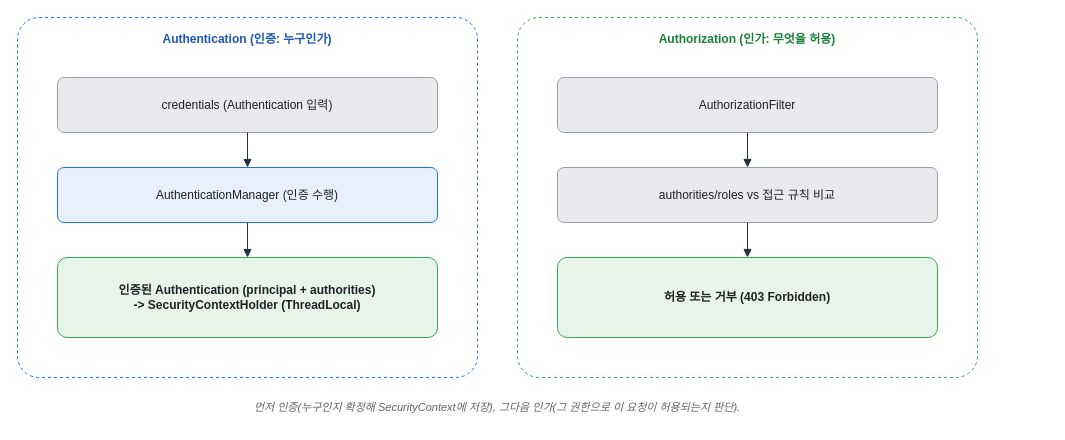
Before: assets/img/spring/spring-24-authn-authz.drawio in KKamJi98/kkamji98.github.io, a draw.io diagram. Source tidied: cells renumbered, new cells numbered last; positions are measured from the earlier drawing's top-left corner, leaving out a move shared by most shapes. Both pictures are drawn from the tidied source at 100%, with x=0, y=0 at pixel (17, 17).
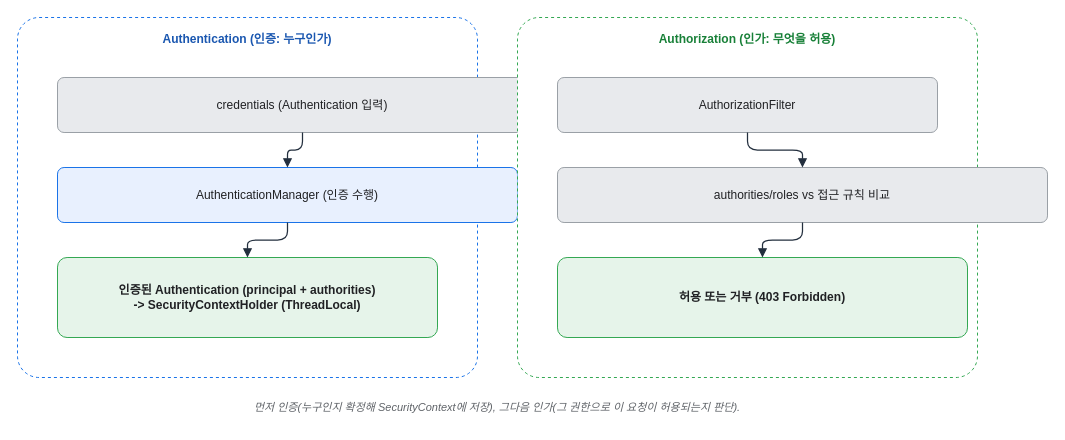
Above is the later version.

The edit, as a diff of the source:
```diff
@@
 <mxGraphModel background="#FFFFFF">
   <root>
     <mxCell id="0" />
     <mxCell id="1" parent="0" />
-    <mxCell id="2" value="Authentication (인증: 누구인가)" style="rounded=1;whiteSpace=wrap;html=1;arcSize=6;shadow=0;fillColor=#FFFFFF;strokeColor=#1A73E8;fontColor=#1A57B0;fontStyle=1;verticalAlign=top;align=center;dashed=1;spacingTop=8;" parent="1" vertex="1">
+    <mxCell id="2" value="Authentication (인증: 누구인가)" style="rounded=1;whiteSpace=wrap;html=0;arcSize=6;shadow=0;fillColor=#FFFFFF;strokeColor=#1A73E8;fontColor=#1A57B0;fontStyle=1;verticalAlign=top;align=center;dashed=1;spacingTop=8;" parent="1" vertex="1">
       <mxGeometry width="460" height="360" as="geometry" />
     </mxCell>
-    <mxCell id="3" value="credentials (Authentication 입력)" style="rounded=1;whiteSpace=wrap;html=1;arcSize=12;shadow=0;fillColor=#E8EAED;strokeColor=#9AA0A6;fontColor=#202124;" parent="1" vertex="1">
-      <mxGeometry x="40" y="60" width="380" height="55" as="geometry" />
+    <mxCell id="3" value="credentials (Authentication 입력)" style="rounded=1;whiteSpace=wrap;html=0;arcSize=12;shadow=0;fillColor=#E8EAED;strokeColor=#9AA0A6;fontColor=#202124;" parent="1" vertex="1">
+      <mxGeometry x="40" y="60" width="490" height="55" as="geometry" />
     </mxCell>
-    <mxCell id="4" value="AuthenticationManager (인증 수행)" style="rounded=1;whiteSpace=wrap;html=1;arcSize=12;shadow=0;fillColor=#E8F0FE;strokeColor=#1A73E8;fontColor=#202124;" parent="1" vertex="1">
-      <mxGeometry x="40" y="150" width="380" height="55" as="geometry" />
+    <mxCell id="4" value="AuthenticationManager (인증 수행)" style="rounded=1;whiteSpace=wrap;html=0;arcSize=12;shadow=0;fillColor=#E8F0FE;strokeColor=#1A73E8;fontColor=#202124;" parent="1" vertex="1">
+      <mxGeometry x="40" y="150" width="460" height="55" as="geometry" />
     </mxCell>
-    <mxCell id="5" value="인증된 Authentication (principal + authorities)&#10;-&gt; SecurityContextHolder (ThreadLocal)" style="rounded=1;whiteSpace=wrap;html=1;arcSize=12;shadow=0;fillColor=#E6F4EA;strokeColor=#34A853;fontColor=#202124;fontStyle=1;" parent="1" vertex="1">
+    <mxCell id="5" value="인증된 Authentication (principal + authorities)&#10;-&gt; SecurityContextHolder (ThreadLocal)" style="rounded=1;whiteSpace=wrap;html=0;arcSize=12;shadow=0;fillColor=#E6F4EA;strokeColor=#34A853;fontColor=#202124;fontStyle=1;" parent="1" vertex="1">
       <mxGeometry x="40" y="240" width="380" height="80" as="geometry" />
     </mxCell>
-    <mxCell id="6" value="Authorization (인가: 무엇을 허용)" style="rounded=1;whiteSpace=wrap;html=1;arcSize=6;shadow=0;fillColor=#FFFFFF;strokeColor=#34A853;fontColor=#188038;fontStyle=1;verticalAlign=top;align=center;dashed=1;spacingTop=8;" parent="1" vertex="1">
+    <mxCell id="6" value="Authorization (인가: 무엇을 허용)" style="rounded=1;whiteSpace=wrap;html=0;arcSize=6;shadow=0;fillColor=#FFFFFF;strokeColor=#34A853;fontColor=#188038;fontStyle=1;verticalAlign=top;align=center;dashed=1;spacingTop=8;" parent="1" vertex="1">
       <mxGeometry x="500" width="460" height="360" as="geometry" />
     </mxCell>
-    <mxCell id="7" value="AuthorizationFilter" style="rounded=1;whiteSpace=wrap;html=1;arcSize=12;shadow=0;fillColor=#E8EAED;strokeColor=#9AA0A6;fontColor=#202124;" parent="1" vertex="1">
+    <mxCell id="7" value="AuthorizationFilter" style="rounded=1;whiteSpace=wrap;html=0;arcSize=12;shadow=0;fillColor=#E8EAED;strokeColor=#9AA0A6;fontColor=#202124;" parent="1" vertex="1">
       <mxGeometry x="540" y="60" width="380" height="55" as="geometry" />
     </mxCell>
-    <mxCell id="8" value="authorities/roles  vs  접근 규칙 비교" style="rounded=1;whiteSpace=wrap;html=1;arcSize=12;shadow=0;fillColor=#E8EAED;strokeColor=#9AA0A6;fontColor=#202124;" parent="1" vertex="1">
-      <mxGeometry x="540" y="150" width="380" height="55" as="geometry" />
+    <mxCell id="8" value="authorities/roles  vs  접근 규칙 비교" style="rounded=1;whiteSpace=wrap;html=0;arcSize=12;shadow=0;fillColor=#E8EAED;strokeColor=#9AA0A6;fontColor=#202124;" parent="1" vertex="1">
+      <mxGeometry x="540" y="150" width="490" height="55" as="geometry" />
     </mxCell>
-    <mxCell id="9" value="허용  또는  거부 (403 Forbidden)" style="rounded=1;whiteSpace=wrap;html=1;arcSize=12;shadow=0;fillColor=#E6F4EA;strokeColor=#34A853;fontColor=#202124;fontStyle=1;" parent="1" vertex="1">
-      <mxGeometry x="540" y="240" width="380" height="80" as="geometry" />
+    <mxCell id="9" value="허용  또는  거부 (403 Forbidden)" style="rounded=1;whiteSpace=wrap;html=0;arcSize=12;shadow=0;fillColor=#E6F4EA;strokeColor=#34A853;fontColor=#202124;fontStyle=1;" parent="1" vertex="1">
+      <mxGeometry x="540" y="240" width="410" height="80" as="geometry" />
     </mxCell>
-    <mxCell id="10" value="먼저 인증(누구인지 확정해 SecurityContext에 저장), 그다음 인가(그 권한으로 이 요청이 허용되는지 판단)." style="text;html=1;align=center;verticalAlign=middle;whiteSpace=wrap;fontSize=11;fontColor=#5F6368;fontStyle=2;" parent="1" vertex="1">
+    <mxCell id="10" value="먼저 인증(누구인지 확정해 SecurityContext에 저장), 그다음 인가(그 권한으로 이 요청이 허용되는지 판단)." style="text;html=0;align=center;verticalAlign=middle;whiteSpace=wrap;fontSize=11;fontColor=#5F6368;fontStyle=2;" parent="1" vertex="1">
       <mxGeometry y="375" width="960" height="30" as="geometry" />
     </mxCell>
-    <mxCell id="11" style="edgeStyle=orthogonalEdgeStyle;rounded=1;html=1;endArrow=block;strokeColor=#232F3E;" parent="1" edge="1" source="3" target="4">
+    <mxCell id="11" style="edgeStyle=orthogonalEdgeStyle;rounded=1;html=0;endArrow=block;strokeColor=#232F3E;strokeWidth=1.25;" parent="1" edge="1" source="3" target="4">
       <mxGeometry relative="1" as="geometry" />
     </mxCell>
-    <mxCell id="12" style="edgeStyle=orthogonalEdgeStyle;rounded=1;html=1;endArrow=block;strokeColor=#232F3E;" parent="1" edge="1" source="4" target="5">
+    <mxCell id="12" style="edgeStyle=orthogonalEdgeStyle;rounded=1;html=0;endArrow=block;strokeColor=#232F3E;strokeWidth=1.25;" parent="1" edge="1" source="4" target="5">
       <mxGeometry relative="1" as="geometry" />
     </mxCell>
-    <mxCell id="13" style="edgeStyle=orthogonalEdgeStyle;rounded=1;html=1;endArrow=block;strokeColor=#232F3E;" parent="1" edge="1" source="7" target="8">
+    <mxCell id="13" style="edgeStyle=orthogonalEdgeStyle;rounded=1;html=0;endArrow=block;strokeColor=#232F3E;strokeWidth=1.25;" parent="1" edge="1" source="7" target="8">
       <mxGeometry relative="1" as="geometry" />
     </mxCell>
-    <mxCell id="14" style="edgeStyle=orthogonalEdgeStyle;rounded=1;html=1;endArrow=block;strokeColor=#232F3E;" parent="1" edge="1" source="8" target="9">
+    <mxCell id="14" style="edgeStyle=orthogonalEdgeStyle;rounded=1;html=0;endArrow=block;strokeColor=#232F3E;strokeWidth=1.25;" parent="1" edge="1" source="8" target="9">
       <mxGeometry relative="1" as="geometry" />
     </mxCell>
   </root>
 </mxGraphModel>
```
